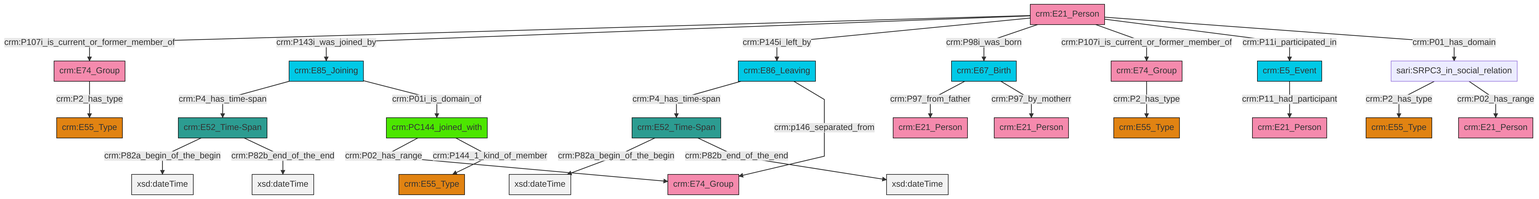
Before: et/personCSV/ttl/mmd/png/Person_Actor_Relations.png, a diagram exported from Mermaid (swiss-art-research-net/docs.swissartresearch). Its source is kept beside it as et/personCSV/ttl/mmd/Person_Actor_Relations.ttl.mmd.
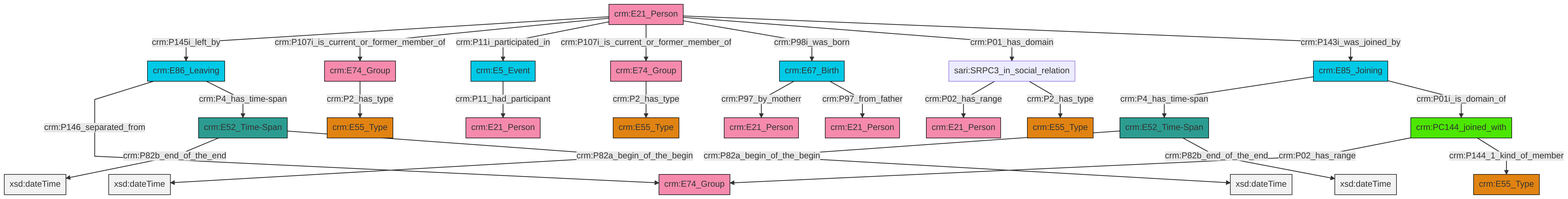
Later version of the same file.

What changed in the source:
```diff
@@ -13,27 +13,27 @@
 classDef PC_Classes fill:#4ce600, stroke:#000000;
 classDef Multi fill:#cccccc,stroke:#000000;
 
-4["crm:E52_Time-Span"]:::Time-Span -->|crm:P82a_begin_of_the_begin| 5[xsd:dateTime]:::Literal
-4["crm:E52_Time-Span"]:::Time-Span -->|crm:P82b_end_of_the_end| 6[xsd:dateTime]:::Literal
-9["sari:SRPC3_in_social_relation"]:::Default -->|crm:P2_has_type| 10["crm:E55_Type"]:::Type
-11["crm:E21_Person"]:::Actor -->|crm:P107i_is_current_or_former_member_of| 12["crm:E74_Group"]:::Actor
-11["crm:E21_Person"]:::Actor -->|crm:P143i_was_joined_by| 13["crm:E85_Joining"]:::Temporal_Entity
-12["crm:E74_Group"]:::Actor -->|crm:P2_has_type| 14["crm:E55_Type"]:::Type
-19["crm:E52_Time-Span"]:::Time-Span -->|crm:P82a_begin_of_the_begin| 20[xsd:dateTime]:::Literal
-19["crm:E52_Time-Span"]:::Time-Span -->|crm:P82b_end_of_the_end| 21[xsd:dateTime]:::Literal
-13["crm:E85_Joining"]:::Temporal_Entity -->|crm:P4_has_time-span| 19["crm:E52_Time-Span"]:::Time-Span
-11["crm:E21_Person"]:::Actor -->|crm:P145i_left_by| 26["crm:E86_Leaving"]:::Temporal_Entity
-11["crm:E21_Person"]:::Actor -->|crm:P98i_was_born| 22["crm:E67_Birth"]:::Temporal_Entity
-22["crm:E67_Birth"]:::Temporal_Entity -->|crm:P97_from_father| 2["crm:E21_Person"]:::Actor
-17["crm:PC144_joined_with"]:::PC_Classes -->|crm:P02_has_range| 15["crm:E74_Group"]:::Actor
-13["crm:E85_Joining"]:::Temporal_Entity -->|crm:P01i_is_domain_of| 17["crm:PC144_joined_with"]:::PC_Classes
-26["crm:E86_Leaving"]:::Temporal_Entity -->|crm:P4_has_time-span| 4["crm:E52_Time-Span"]:::Time-Span
-11["crm:E21_Person"]:::Actor -->|crm:P107i_is_current_or_former_member_of| 32["crm:E74_Group"]:::Actor
-9["sari:SRPC3_in_social_relation"]:::Default -->|crm:P02_has_range| 37["crm:E21_Person"]:::Actor
-11["crm:E21_Person"]:::Actor -->|crm:P11i_participated_in| 0["crm:E5_Event"]:::Temporal_Entity
-17["crm:PC144_joined_with"]:::PC_Classes -->|crm:P144_1_kind_of_member| 7["crm:E55_Type"]:::Type
-26["crm:E86_Leaving"]:::Temporal_Entity -->|crm:p146_separated_from| 15["crm:E74_Group"]:::Actor
-0["crm:E5_Event"]:::Temporal_Entity -->|crm:P11_had_participant| 39["crm:E21_Person"]:::Actor
-11["crm:E21_Person"]:::Actor -->|crm:P01_has_domain| 9["sari:SRPC3_in_social_relation"]:::Default
-32["crm:E74_Group"]:::Actor -->|crm:P2_has_type| 27["crm:E55_Type"]:::Type
-22["crm:E67_Birth"]:::Temporal_Entity -->|crm:P97_by_motherr| 35["crm:E21_Person"]:::Actor
+0["crm:E21_Person"]:::Actor -->|crm:P145i_left_by| 1["crm:E86_Leaving"]:::Temporal_Entity
+0["crm:E21_Person"]:::Actor -->|crm:P107i_is_current_or_former_member_of| 4["crm:E74_Group"]:::Actor
+5["crm:E5_Event"]:::Temporal_Entity -->|crm:P11_had_participant| 2["crm:E21_Person"]:::Actor
+10["crm:E67_Birth"]:::Temporal_Entity -->|crm:P97_by_motherr| 11["crm:E21_Person"]:::Actor
+1["crm:E86_Leaving"]:::Temporal_Entity -->|crm:P146_separated_from| 14["crm:E74_Group"]:::Actor
+10["crm:E67_Birth"]:::Temporal_Entity -->|crm:P97_from_father| 16["crm:E21_Person"]:::Actor
+0["crm:E21_Person"]:::Actor -->|crm:P11i_participated_in| 5["crm:E5_Event"]:::Temporal_Entity
+8["crm:E52_Time-Span"]:::Time-Span -->|crm:P82a_begin_of_the_begin| 23[xsd:dateTime]:::Literal
+24["crm:E74_Group"]:::Actor -->|crm:P2_has_type| 21["crm:E55_Type"]:::Type
+4["crm:E74_Group"]:::Actor -->|crm:P2_has_type| 12["crm:E55_Type"]:::Type
+25["crm:E52_Time-Span"]:::Time-Span -->|crm:P82b_end_of_the_end| 26[xsd:dateTime]:::Literal
+27["crm:PC144_joined_with"]:::PC_Classes -->|crm:P02_has_range| 14["crm:E74_Group"]:::Actor
+29["crm:E85_Joining"]:::Temporal_Entity -->|crm:P4_has_time-span| 8["crm:E52_Time-Span"]:::Time-Span
+0["crm:E21_Person"]:::Actor -->|crm:P107i_is_current_or_former_member_of| 24["crm:E74_Group"]:::Actor
+29["crm:E85_Joining"]:::Temporal_Entity -->|crm:P01i_is_domain_of| 27["crm:PC144_joined_with"]:::PC_Classes
+0["crm:E21_Person"]:::Actor -->|crm:P98i_was_born| 10["crm:E67_Birth"]:::Temporal_Entity
+18["sari:SRPC3_in_social_relation"]:::Default -->|crm:P02_has_range| 32["crm:E21_Person"]:::Actor
+0["crm:E21_Person"]:::Actor -->|crm:P01_has_domain| 18["sari:SRPC3_in_social_relation"]:::Default
+8["crm:E52_Time-Span"]:::Time-Span -->|crm:P82b_end_of_the_end| 40[xsd:dateTime]:::Literal
+27["crm:PC144_joined_with"]:::PC_Classes -->|crm:P144_1_kind_of_member| 6["crm:E55_Type"]:::Type
+25["crm:E52_Time-Span"]:::Time-Span -->|crm:P82a_begin_of_the_begin| 42[xsd:dateTime]:::Literal
+0["crm:E21_Person"]:::Actor -->|crm:P143i_was_joined_by| 29["crm:E85_Joining"]:::Temporal_Entity
+18["sari:SRPC3_in_social_relation"]:::Default -->|crm:P2_has_type| 30["crm:E55_Type"]:::Type
+1["crm:E86_Leaving"]:::Temporal_Entity -->|crm:P4_has_time-span| 25["crm:E52_Time-Span"]:::Time-Span
```
